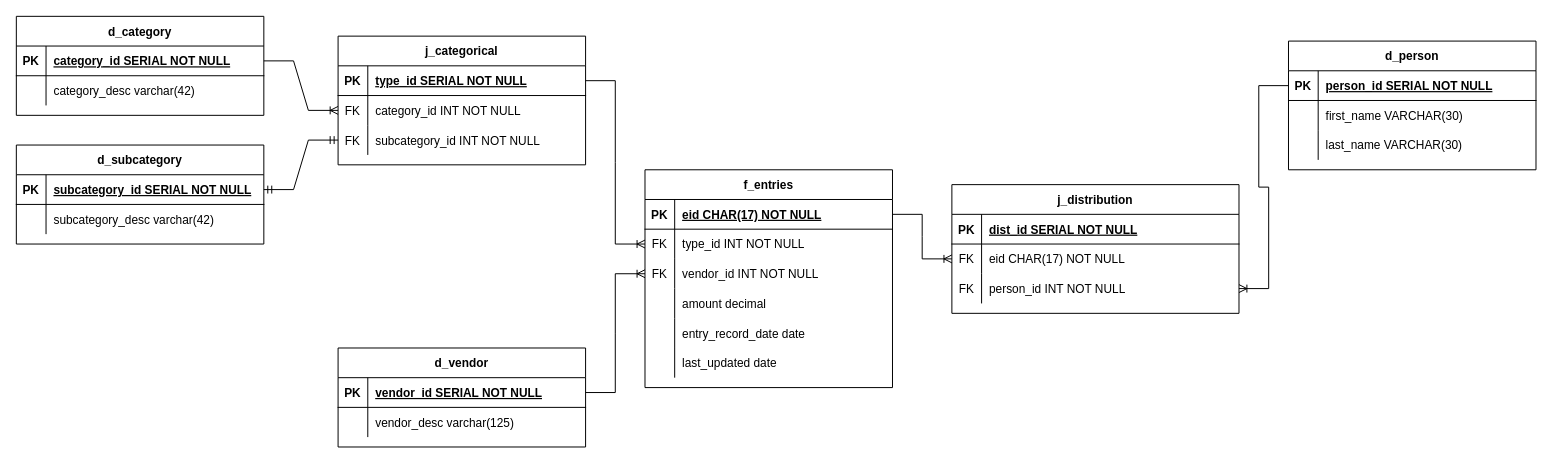
Above: diagram/finance_star_schema.drawio in fatteryacid/penny (draw.io), before the change. Source tidied: cells renumbered, new cells numbered last; positions are measured from the earlier drawing's top-left corner, leaving out a move shared by most shapes. Both pictures are drawn from the tidied source at 99%, with x=0, y=0 at pixel (16, 16).
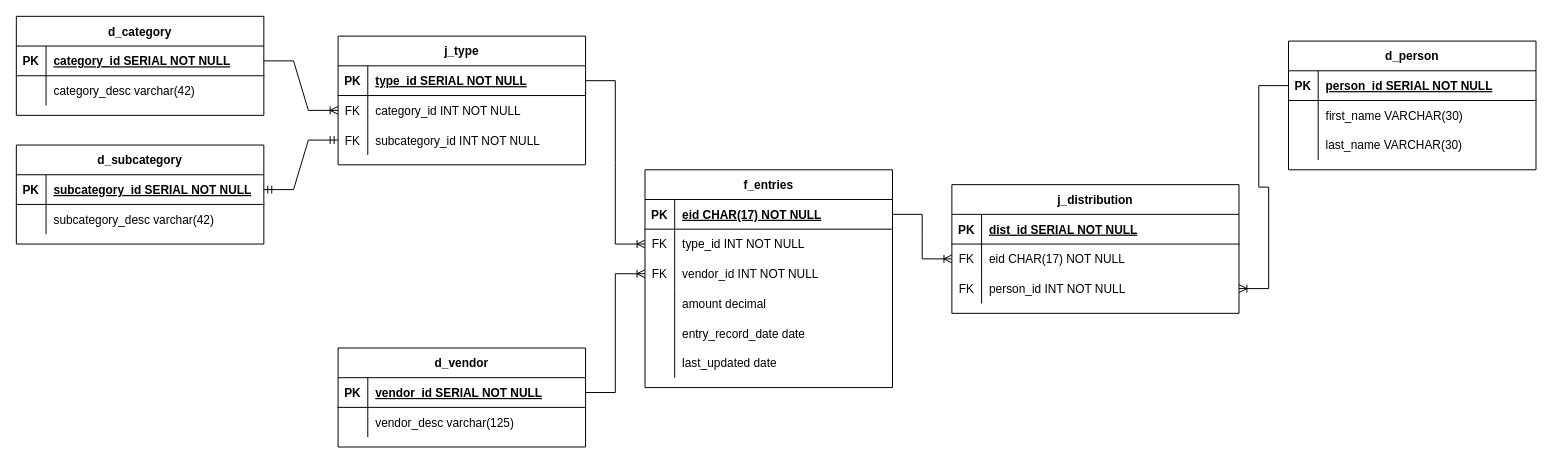
The same page after the edit.

What changed in the source:
```diff
@@
-    <mxCell id="65" value="j_categorical" style="shape=table;startSize=30;childLayout=tableLayout;rowLines=0;fontStyle=1;align=center;" parent="1" vertex="1">
+    <mxCell id="65" value="j_type" style="shape=table;startSize=30;childLayout=tableLayout;rowLines=0;fontStyle=1;align=center;" parent="1" vertex="1">
       <mxGeometry x="325" y="20" width="250" height="130" as="geometry" />
     </mxCell>
```
